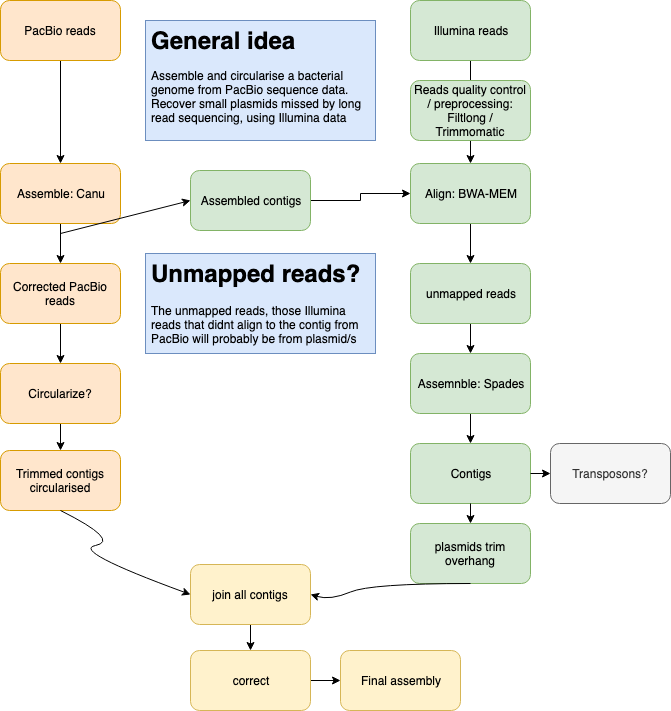
Earlier version of the draw.io export images_github/assembly.png (nrclaudio/Genome-Analysis-2019). Source tidied: cells renumbered, new cells last; positions are measured from the earlier drawing's top-left corner, leaving out a move shared by most shapes.
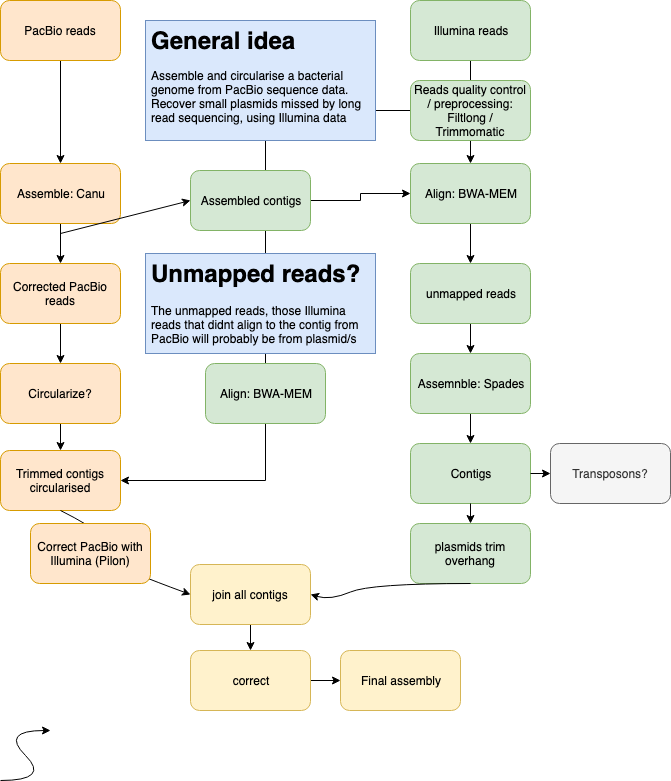
The same file after the commit.

Diff of the diagram source:
```diff
@@ -23,9 +23,6 @@
     <mxCell id="8" style="edgeStyle=orthogonalEdgeStyle;rounded=0;jettySize=auto;html=1;exitX=1;exitY=0.5;exitDx=0;exitDy=0;entryX=0;entryY=0.5;entryDx=0;entryDy=0;" parent="1" edge="1" source="9" target="14">
       <mxGeometry relative="1" as="geometry" />
     </mxCell>
-    <mxCell id="9" value="Assembled contigs" style="rounded=1;whiteSpace=wrap;html=1;fillColor=#d5e8d4;strokeColor=#82b366;" parent="1" vertex="1">
-      <mxGeometry x="190" y="170" width="120" height="60" as="geometry" />
-    </mxCell>
     <mxCell id="10" style="endArrow=classic;html=1;entryX=0;entryY=0.5;entryDx=0;entryDy=0;" parent="1" edge="1" target="9">
       <mxGeometry relative="1" as="geometry">
         <mxPoint x="60" y="233" as="sourcePoint" />
@@ -36,6 +33,9 @@
         <mxPoint x="470" y="60" as="sourcePoint" />
       </mxGeometry>
     </mxCell>
+    <mxCell id="37" style="edgeStyle=orthogonalEdgeStyle;rounded=0;jettySize=auto;html=1;exitX=0;exitY=0.5;exitDx=0;exitDy=0;entryX=1;entryY=0.5;entryDx=0;entryDy=0;" parent="1" edge="1" source="32" target="28">
+      <mxGeometry relative="1" as="geometry" />
+    </mxCell>
     <mxCell id="12" value="Illumina reads" style="rounded=1;whiteSpace=wrap;html=1;fillColor=#d5e8d4;strokeColor=#82b366;" parent="1" vertex="1">
       <mxGeometry x="410" width="120" height="60" as="geometry" />
     </mxCell>
@@ -121,5 +121,24 @@
     <mxCell id="36" value="Final assembly" style="rounded=1;whiteSpace=wrap;html=1;fillColor=#fff2cc;strokeColor=#d6b656;" parent="1" vertex="1">
       <mxGeometry x="340" y="650" width="120" height="60" as="geometry" />
     </mxCell>
+    <mxCell id="38" style="curved=1;endArrow=classic;html=1;" parent="1" edge="1">
+      <mxGeometry relative="1" as="geometry">
+        <mxPoint y="780" as="sourcePoint" />
+        <mxPoint x="50" y="730" as="targetPoint" />
+        <Array as="points">
+          <mxPoint x="50" y="780" />
+          <mxPoint y="730" />
+        </Array>
+      </mxGeometry>
+    </mxCell>
+    <mxCell id="9" value="Assembled contigs" style="rounded=1;whiteSpace=wrap;html=1;fillColor=#d5e8d4;strokeColor=#82b366;" parent="1" vertex="1">
+      <mxGeometry x="190" y="170" width="120" height="60" as="geometry" />
+    </mxCell>
+    <mxCell id="39" value="Align: BWA-MEM" style="rounded=1;whiteSpace=wrap;html=1;fillColor=#d5e8d4;strokeColor=#82b366;" parent="1" vertex="1">
+      <mxGeometry x="205" y="363" width="120" height="60" as="geometry" />
+    </mxCell>
+    <mxCell id="40" value="Correct PacBio with Illumina (Pilon)" style="rounded=1;whiteSpace=wrap;html=1;fillColor=#ffe6cc;strokeColor=#d79b00;" parent="1" vertex="1">
+      <mxGeometry x="30" y="523" width="120" height="60" as="geometry" />
+    </mxCell>
   </root>
 </mxGraphModel>
```
